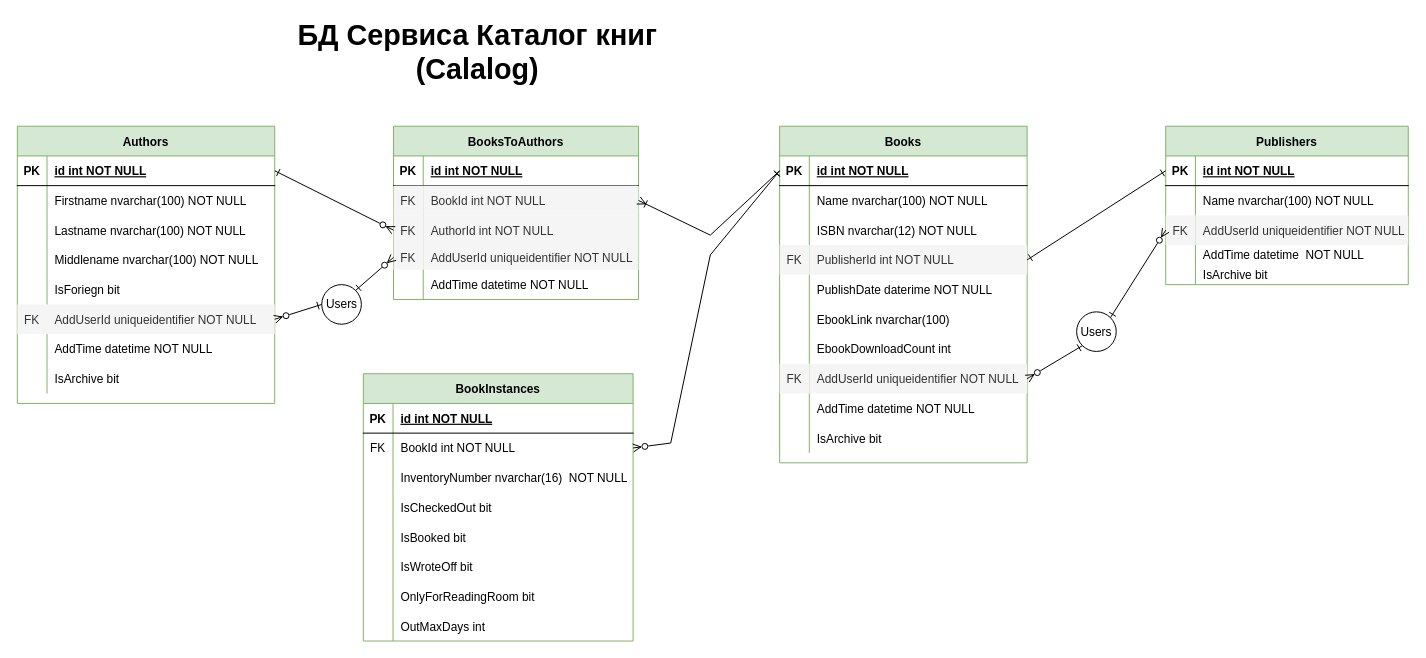
Before: Docs/БД сервиса Calalog.drawio in SakhalinNovosibirskTomsk/Catalog, a draw.io diagram. Source tidied: cells renumbered, new cells numbered last; positions are measured from the earlier drawing's top-left corner, leaving out a move shared by most shapes. Both pictures are drawn from the tidied source at 99%, with x=0, y=0 at pixel (17, 37).
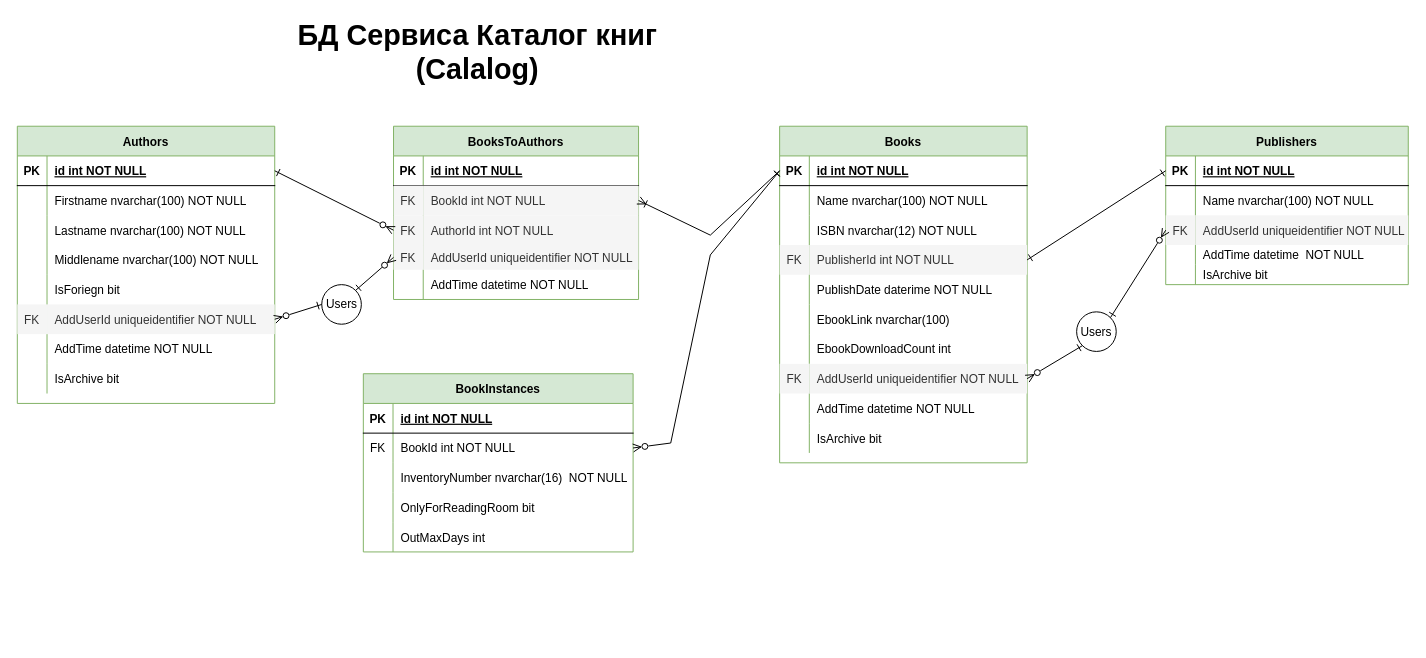
The same page after the edit.

What changed in the source:
```diff
@@
     <mxCell id="91" value="BookInstances" style="shape=table;startSize=30;childLayout=tableLayout;rowLines=0;fontStyle=1;align=center;fillColor=#d5e8d4;strokeColor=#82b366;" parent="1" vertex="1">
-      <mxGeometry x="349.5" y="340" width="272.5" height="270" as="geometry" />
+      <mxGeometry x="349.5" y="340" width="272.5" height="180" as="geometry" />
     </mxCell>
@@
-    <mxCell id="101" style="shape=partialRectangle;fillColor=none;top=0;left=0;right=0;bottom=0;" parent="91" vertex="1">
-      <mxGeometry y="120" width="272.5" height="30" as="geometry" />
-    </mxCell>
-    <mxCell id="102" style="shape=partialRectangle;overflow=hidden;fillColor=none;top=0;left=0;bottom=0;right=0;" parent="101" vertex="1">
-      <mxGeometry width="30" height="30" as="geometry" />
-    </mxCell>
-    <mxCell id="103" value="IsCheckedOut bit" style="shape=partialRectangle;overflow=hidden;fillColor=none;top=0;left=0;bottom=0;right=0;align=left;spacingLeft=6;" parent="101" vertex="1">
-      <mxGeometry x="30" width="242.5" height="30" as="geometry" />
-    </mxCell>
-    <mxCell id="104" style="shape=partialRectangle;fillColor=none;top=0;left=0;right=0;bottom=0;" parent="91" vertex="1">
-      <mxGeometry y="150" width="272.5" height="30" as="geometry" />
-    </mxCell>
-    <mxCell id="105" style="shape=partialRectangle;overflow=hidden;fillColor=none;top=0;left=0;bottom=0;right=0;" parent="104" vertex="1">
-      <mxGeometry width="30" height="30" as="geometry" />
-    </mxCell>
-    <mxCell id="106" value="IsBooked bit" style="shape=partialRectangle;overflow=hidden;fillColor=none;top=0;left=0;bottom=0;right=0;align=left;spacingLeft=6;" parent="104" vertex="1">
-      <mxGeometry x="30" width="242.5" height="30" as="geometry" />
-    </mxCell>
-    <mxCell id="107" style="shape=partialRectangle;fillColor=none;top=0;left=0;right=0;bottom=0;" parent="91" vertex="1">
-      <mxGeometry y="180" width="272.5" height="30" as="geometry" />
-    </mxCell>
-    <mxCell id="108" style="shape=partialRectangle;overflow=hidden;fillColor=none;top=0;left=0;bottom=0;right=0;" parent="107" vertex="1">
-      <mxGeometry width="30" height="30" as="geometry" />
-    </mxCell>
-    <mxCell id="109" value="IsWroteOff bit" style="shape=partialRectangle;overflow=hidden;fillColor=none;top=0;left=0;bottom=0;right=0;align=left;spacingLeft=6;" parent="107" vertex="1">
-      <mxGeometry x="30" width="242.5" height="30" as="geometry" />
-    </mxCell>
     <mxCell id="110" style="shape=partialRectangle;fillColor=none;top=0;left=0;right=0;bottom=0;" parent="91" vertex="1">
-      <mxGeometry y="210" width="272.5" height="30" as="geometry" />
+      <mxGeometry y="120" width="272.5" height="30" as="geometry" />
     </mxCell>
@@
     <mxCell id="113" style="shape=partialRectangle;fillColor=none;top=0;left=0;right=0;bottom=0;" parent="91" vertex="1">
-      <mxGeometry y="240" width="272.5" height="30" as="geometry" />
+      <mxGeometry y="150" width="272.5" height="30" as="geometry" />
     </mxCell>
```
